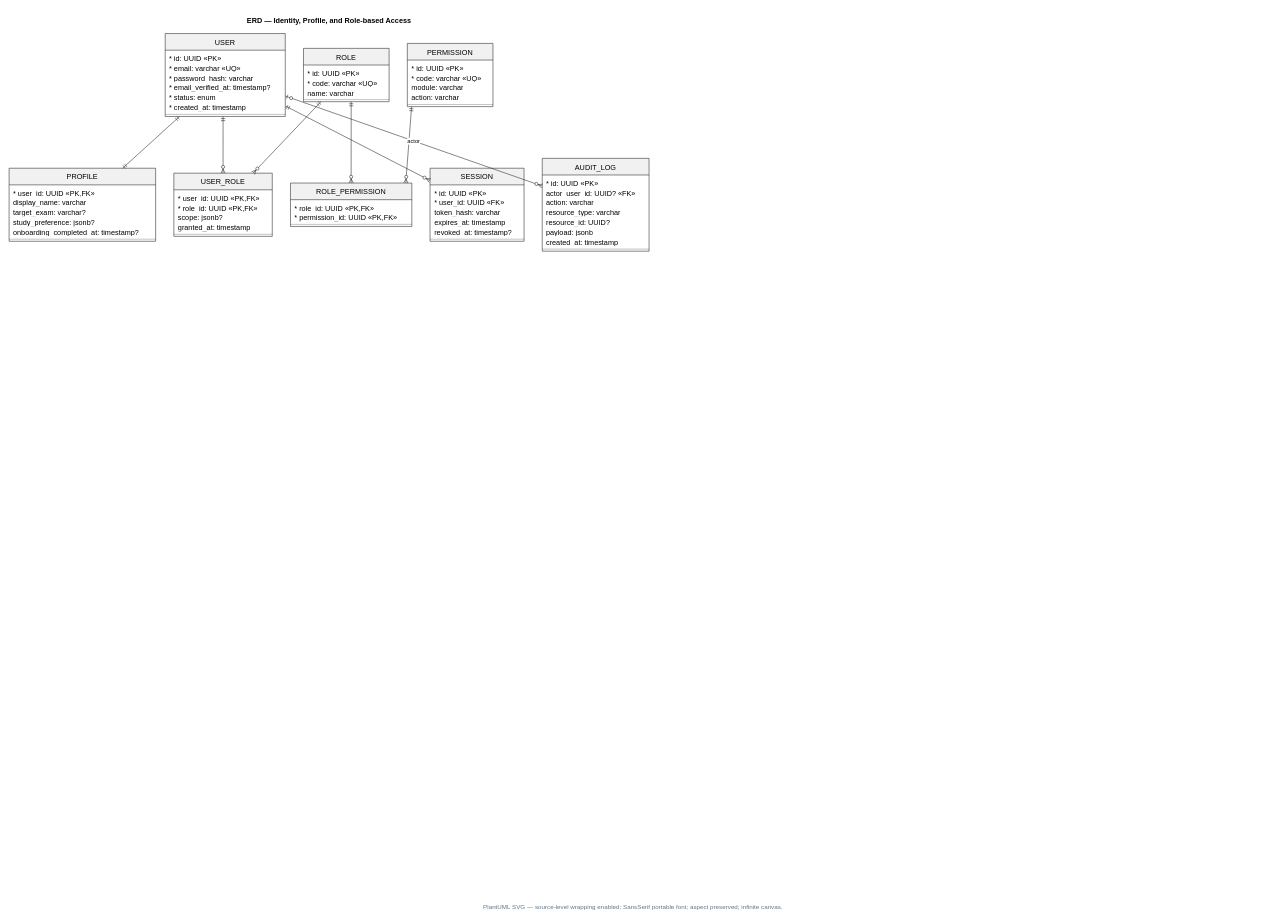
The draw.io diagram page "16 · ERD — IDENTITY & RBAC" (17 of 23) of PHASE 1 - PEMBAHASAN FLOW.drawio in cpnsbelajar791-hash/cpns-belajar.biz.id, before the edit. Source tidied: cells renumbered, new cells numbered last; positions are measured from the earlier drawing's top-left corner, leaving out a move shared by most shapes. Both pictures are drawn from the tidied source at 52%, with x=0, y=0 at pixel (9, 14).
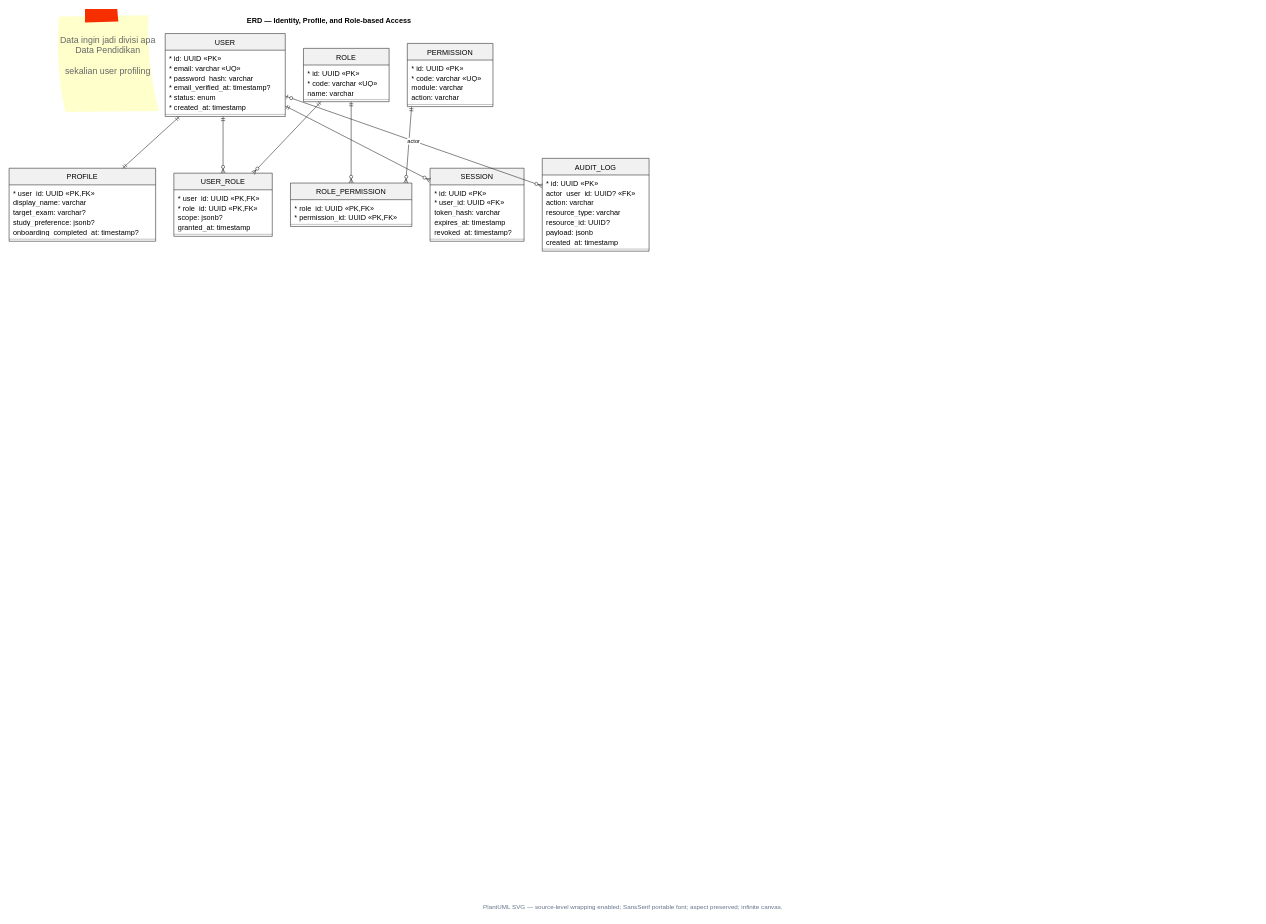
The same page after the edit.

The edit, as a diff of the source:
```diff
@@
     <mxCell id="2" style="group;transparentBounds=1;editIcon=1;lockedGroup=0;groupPadding=10;" parent="1" vertex="1">
-      <mxGeometry as="geometry" />
+      <mxGeometry width="655.5" height="122" as="geometry" />
     </mxCell>
@@
+    <mxCell id="64" value="Data ingin jadi divisi apa&lt;div&gt;Data Pendidikan&lt;/div&gt;&lt;div&gt;&lt;br&gt;&lt;/div&gt;&lt;div&gt;sekalian user profiling&lt;/div&gt;&lt;div&gt;&lt;br&gt;&lt;/div&gt;" style="strokeWidth=1;shadow=0;dashed=0;align=center;html=1;shape=mxgraph.mockup.text.stickyNote2;fontColor=#666666;mainText=;fontSize=17;whiteSpace=wrap;fillColor=#ffffcc;strokeColor=#F62E00;" parent="2" vertex="1">
+      <mxGeometry x="90" y="-10" width="200" height="200" as="geometry" />
+    </mxCell>
```
